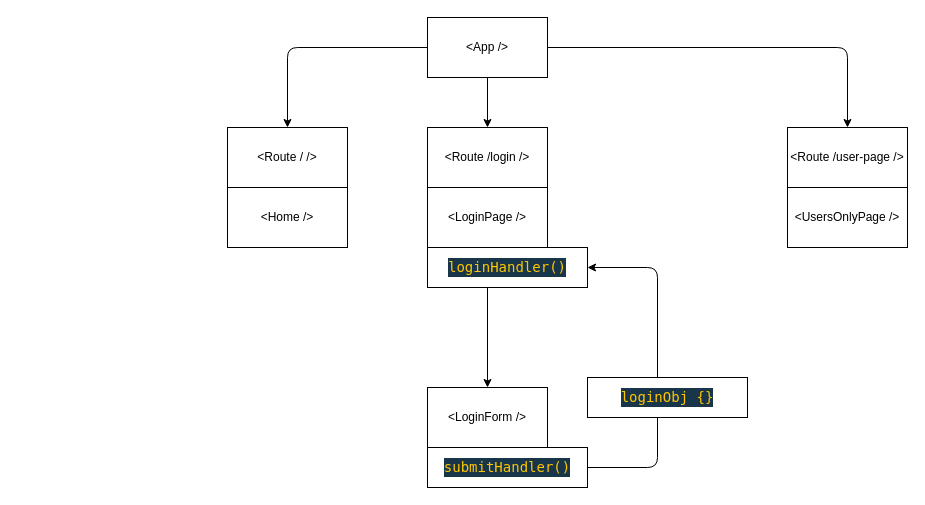
Above: draw.drawio in MariusCodeAcademy/feu2-12_r_context_api_useReducer (draw.io), before the change. Source tidied: cells renumbered, new cells numbered last; positions are measured from the earlier drawing's top-left corner, leaving out a move shared by most shapes. Both pictures are drawn from the tidied source at 100%, with x=0, y=0 at pixel (227, 17).
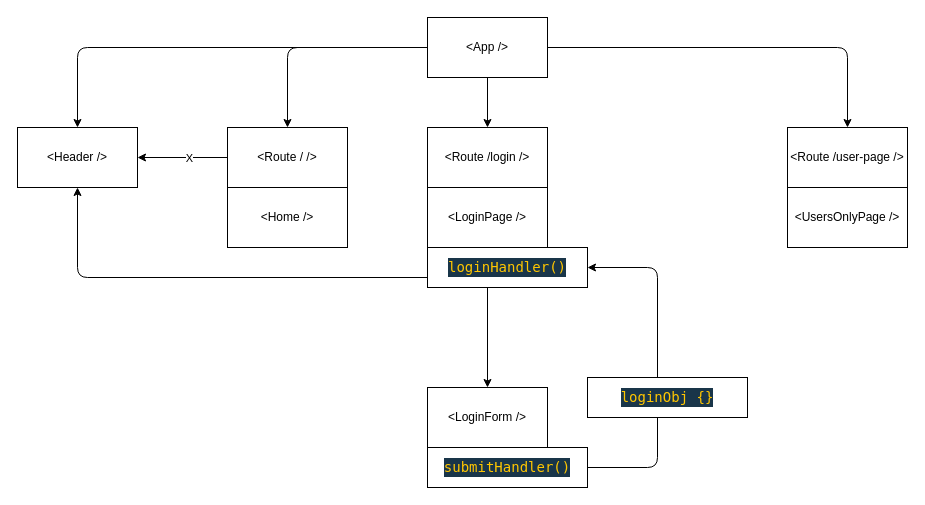
The same page after the edit.

Commit message (it also covers changes not shown here):
redirect, Dynamic header uzd

The change refers to these unchanged cells:
```xml
<mxCell id="5" value="&amp;lt;App /&amp;gt;" style="rounded=0;whiteSpace=wrap;html=1;" parent="1" vertex="1">
  <mxGeometry x="200" width="120" height="60" as="geometry" />
</mxCell>
<mxCell id="7" value="&amp;lt;Route / /&amp;gt;" style="rounded=0;whiteSpace=wrap;html=1;" parent="1" vertex="1">
  <mxGeometry y="110" width="120" height="60" as="geometry" />
</mxCell>
<mxCell id="10" value="&amp;lt;LoginPage /&amp;gt;" style="rounded=0;whiteSpace=wrap;html=1;" parent="1" vertex="1">
  <mxGeometry x="200" y="170" width="120" height="60" as="geometry" />
</mxCell>
```

The edit, as a diff of the source:
```diff
@@
+    <mxCell id="18" style="edgeStyle=orthogonalEdgeStyle;html=1;entryX=0.5;entryY=0;entryDx=0;entryDy=0;" parent="1" edge="1" source="5" target="22">
+      <mxGeometry relative="1" as="geometry" />
+    </mxCell>
@@
+    <mxCell id="19" style="edgeStyle=orthogonalEdgeStyle;html=1;entryX=1;entryY=0.5;entryDx=0;entryDy=0;" parent="1" edge="1" source="7" target="22">
+      <mxGeometry relative="1" as="geometry" />
+    </mxCell>
+    <mxCell id="20" value="X" style="edgeLabel;html=1;align=center;verticalAlign=middle;" parent="19" vertex="1">
+      <mxGeometry x="-0.28" y="-1" relative="1" as="geometry">
+        <mxPoint x="-7" y="1" as="offset" />
+      </mxGeometry>
+    </mxCell>
@@
+    <mxCell id="21" style="edgeStyle=orthogonalEdgeStyle;html=1;entryX=0.5;entryY=1;entryDx=0;entryDy=0;" parent="1" edge="1" source="10" target="22">
+      <mxGeometry relative="1" as="geometry">
+        <Array as="points">
+          <mxPoint x="260" y="260" />
+          <mxPoint x="-150" y="260" />
+        </Array>
+      </mxGeometry>
+    </mxCell>
@@
+    <mxCell id="22" value="&amp;lt;Header /&amp;gt;" style="rounded=0;whiteSpace=wrap;html=1;" parent="1" vertex="1">
+      <mxGeometry x="-210" y="110" width="120" height="60" as="geometry" />
+    </mxCell>
```
